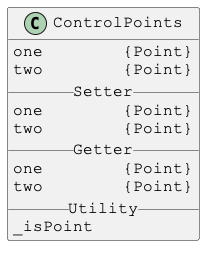
This is docs/PlantUml/images/ControlPoints.png from Justin-Byrne/canvasLab, a PlantUML export, as it was before one commit. Source of this version:
```plantuml
@startuml

skinparam DefaultFontSize 16
skinparam DefaultFontName Courier New

class ControlPoints {
one        {Point}
two        {Point}
__ Setter __
one        {Point}
two        {Point}
__ Getter __
one        {Point}
two        {Point}
__ Utility __
_isPoint
}

@enduml
```
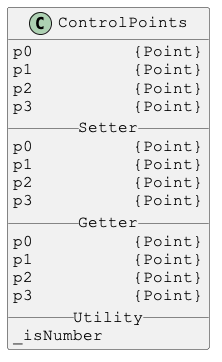
Later version of the same file.

What changed in the source:
```diff
@@ -4,16 +4,22 @@
 skinparam DefaultFontName Courier New
 
 class ControlPoints {
-one        {Point}
-two        {Point}
+p0          {Point}
+p1          {Point}
+p2          {Point}
+p3          {Point}
 __ Setter __
-one        {Point}
-two        {Point}
+p0          {Point}
+p1          {Point}
+p2          {Point}
+p3          {Point}
 __ Getter __
-one        {Point}
-two        {Point}
+p0          {Point}
+p1          {Point}
+p2          {Point}
+p3          {Point}
 __ Utility __
-_isPoint
+_isNumber
 }
 
 @enduml
```
